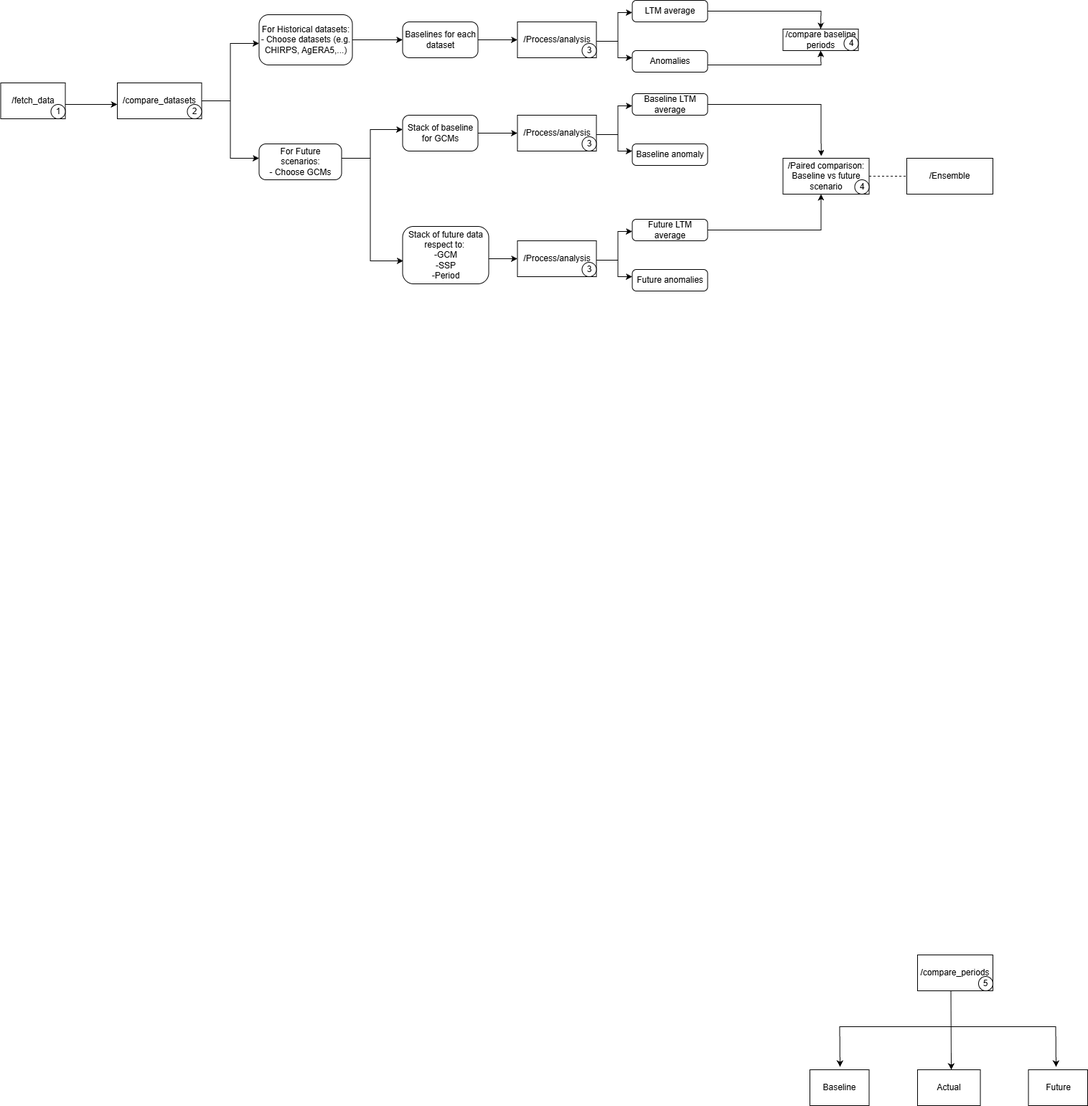
The draw.io diagram wiki_images/Summary_diagram21_12_2025.drawio.png in Rwema25/AE-project, before a commit. Source tidied: cells renumbered, new cells last; positions are measured from the earlier drawing's top-left corner, leaving out a move shared by most shapes. The source it was exported from:
```xml
<mxGraphModel>
  <root>
    <mxCell id="0" />
    <mxCell id="1" parent="0" />
    <mxCell id="2" style="edgeStyle=orthogonalEdgeStyle;rounded=0;jettySize=auto;html=1;" parent="1" edge="1" source="10" target="7">
      <mxGeometry relative="1" as="geometry">
        <Array as="points">
          <mxPoint x="113" y="145" />
          <mxPoint x="113" y="145" />
        </Array>
      </mxGeometry>
    </mxCell>
    <mxCell id="3" value="&lt;font&gt;/compare_periods&lt;/font&gt;" style="rounded=0;whiteSpace=wrap;html=1;" parent="1" vertex="1">
      <mxGeometry x="1278" y="1330" width="105" height="50" as="geometry" />
    </mxCell>
    <mxCell id="4" value="&lt;font&gt;Baseline&lt;/font&gt;" style="rounded=0;whiteSpace=wrap;html=1;" parent="1" vertex="1">
      <mxGeometry x="1128" y="1490" width="82.5" height="50" as="geometry" />
    </mxCell>
    <mxCell id="5" value="&lt;font&gt;Actual&lt;/font&gt;" style="rounded=0;whiteSpace=wrap;html=1;" parent="1" vertex="1">
      <mxGeometry x="1278" y="1490" width="87.5" height="50" as="geometry" />
    </mxCell>
    <mxCell id="6" value="&lt;font&gt;Future&lt;/font&gt;" style="rounded=0;whiteSpace=wrap;html=1;" parent="1" vertex="1">
      <mxGeometry x="1432.5" y="1490" width="82.5" height="50" as="geometry" />
    </mxCell>
    <mxCell id="7" value="&lt;font&gt;/compare_datasets&lt;/font&gt;" style="rounded=0;whiteSpace=wrap;html=1;" parent="1" vertex="1">
      <mxGeometry x="163" y="115" width="117.5" height="50" as="geometry" />
    </mxCell>
    <mxCell id="8" style="endArrow=classic;startArrow=classic;html=1;rounded=0;" parent="1" edge="1">
      <mxGeometry relative="1" as="geometry">
        <mxPoint x="1170" y="1486" as="sourcePoint" />
        <mxPoint x="1471" y="1486" as="targetPoint" />
        <Array as="points">
          <mxPoint x="1169.5" y="1430" />
          <mxPoint x="1470.5" y="1430" />
        </Array>
      </mxGeometry>
    </mxCell>
    <mxCell id="9" style="endArrow=classic;html=1;rounded=0;exitX=0.607;exitY=1;exitDx=0;exitDy=0;exitPerimeter=0;" parent="1" edge="1">
      <mxGeometry relative="1" as="geometry">
        <mxPoint x="1324.5" y="1380" as="sourcePoint" />
        <mxPoint x="1325" y="1490" as="targetPoint" />
      </mxGeometry>
    </mxCell>
    <mxCell id="10" value="&lt;font&gt;/fetch_data&lt;/font&gt;" style="rounded=0;whiteSpace=wrap;html=1;" parent="1" vertex="1">
      <mxGeometry x="0.5" y="115" width="90" height="50" as="geometry" />
    </mxCell>
    <mxCell id="11" value="5" style="ellipse;whiteSpace=wrap;html=1;" parent="1" vertex="1">
      <mxGeometry x="1363" y="1360" width="20" height="20" as="geometry" />
    </mxCell>
    <mxCell id="12" value="1" style="ellipse;whiteSpace=wrap;html=1;" parent="1" vertex="1">
      <mxGeometry x="70.5" y="145" width="20" height="20" as="geometry" />
    </mxCell>
    <mxCell id="13" value="2" style="ellipse;whiteSpace=wrap;html=1;" parent="1" vertex="1">
      <mxGeometry x="260.5" y="145" width="20" height="20" as="geometry" />
    </mxCell>
    <mxCell id="14" style="endArrow=none;html=1;rounded=0;exitX=1;exitY=0.5;exitDx=0;exitDy=0;" parent="1" edge="1" source="7">
      <mxGeometry relative="1" as="geometry">
        <mxPoint x="320.5" y="140" as="targetPoint" />
      </mxGeometry>
    </mxCell>
    <mxCell id="15" style="endArrow=classic;startArrow=classic;html=1;rounded=0;" parent="1" edge="1">
      <mxGeometry relative="1" as="geometry">
        <mxPoint x="360.5" y="220" as="sourcePoint" />
        <mxPoint x="360.5" y="60" as="targetPoint" />
        <Array as="points">
          <mxPoint x="320.5" y="220" />
          <mxPoint x="320.5" y="140" />
          <mxPoint x="320.5" y="60" />
        </Array>
      </mxGeometry>
    </mxCell>
    <mxCell id="16" value="&lt;font&gt;For Historical datasets:&lt;/font&gt;&lt;div&gt;&lt;font&gt;- Choose datasets (e.g. CHIRPS, AgERA5,...)&lt;/font&gt;&lt;/div&gt;" style="rounded=1;whiteSpace=wrap;html=1;arcSize=19;" parent="1" vertex="1">
      <mxGeometry x="360.5" y="20" width="130" height="70" as="geometry" />
    </mxCell>
    <mxCell id="17" value="&lt;font&gt;For Future scenarios:&lt;/font&gt;&lt;div&gt;&lt;font&gt;- Choose GCMs&lt;/font&gt;&lt;/div&gt;" style="rounded=1;whiteSpace=wrap;html=1;arcSize=19;" parent="1" vertex="1">
      <mxGeometry x="360.5" y="200" width="115" height="50" as="geometry" />
    </mxCell>
    <mxCell id="18" style="endArrow=none;html=1;rounded=0;exitX=1;exitY=0.5;exitDx=0;exitDy=0;" parent="1" edge="1">
      <mxGeometry relative="1" as="geometry">
        <mxPoint x="475.5" y="220" as="sourcePoint" />
        <mxPoint x="515.5" y="220" as="targetPoint" />
      </mxGeometry>
    </mxCell>
    <mxCell id="19" style="endArrow=classic;startArrow=classic;html=1;rounded=0;exitX=0.008;exitY=0.6;exitDx=0;exitDy=0;exitPerimeter=0;" parent="1" edge="1" source="21">
      <mxGeometry relative="1" as="geometry">
        <mxPoint x="560.5" y="180" as="targetPoint" />
        <Array as="points">
          <mxPoint x="515.5" y="363" />
          <mxPoint x="515.5" y="220" />
          <mxPoint x="515.5" y="180" />
        </Array>
      </mxGeometry>
    </mxCell>
    <mxCell id="20" value="&lt;font&gt;Stack of baseline for GCMs&lt;/font&gt;" style="rounded=1;whiteSpace=wrap;html=1;arcSize=19;" parent="1" vertex="1">
      <mxGeometry x="560.5" y="160" width="105" height="50" as="geometry" />
    </mxCell>
    <mxCell id="21" value="&lt;font&gt;Stack of future data respect to:&amp;nbsp;&lt;/font&gt;&lt;div&gt;&lt;font&gt;-GCM&lt;/font&gt;&lt;/div&gt;&lt;div&gt;&lt;font&gt;-SSP&lt;/font&gt;&lt;/div&gt;&lt;div&gt;&lt;font&gt;-Period&lt;/font&gt;&lt;/div&gt;" style="rounded=1;whiteSpace=wrap;html=1;arcSize=19;" parent="1" vertex="1">
      <mxGeometry x="560.5" y="315" width="120" height="80" as="geometry" />
    </mxCell>
    <mxCell id="22" value="&lt;font&gt;Baselines for each dataset&lt;/font&gt;" style="rounded=1;whiteSpace=wrap;html=1;arcSize=19;" parent="1" vertex="1">
      <mxGeometry x="560.5" y="30" width="105" height="50" as="geometry" />
    </mxCell>
    <mxCell id="23" style="endArrow=classic;html=1;rounded=0;entryX=0;entryY=0.5;entryDx=0;entryDy=0;exitX=1;exitY=0.5;exitDx=0;exitDy=0;" parent="1" edge="1" source="16" target="22">
      <mxGeometry relative="1" as="geometry" />
    </mxCell>
    <mxCell id="24" value="&lt;font&gt;/Process/analysis&lt;/font&gt;" style="rounded=1;whiteSpace=wrap;html=1;arcSize=0;" parent="1" vertex="1">
      <mxGeometry x="720.5" y="30" width="110" height="50" as="geometry" />
    </mxCell>
    <mxCell id="25" value="/Process/analysis" style="rounded=1;whiteSpace=wrap;html=1;arcSize=0;" parent="1" vertex="1">
      <mxGeometry x="720.5" y="160" width="110" height="50" as="geometry" />
    </mxCell>
    <mxCell id="26" value="/Process/analysis" style="rounded=1;whiteSpace=wrap;html=1;arcSize=0;" parent="1" vertex="1">
      <mxGeometry x="720.5" y="335" width="110" height="50" as="geometry" />
    </mxCell>
    <mxCell id="27" style="endArrow=classic;html=1;rounded=0;exitX=1;exitY=0.5;exitDx=0;exitDy=0;entryX=0;entryY=0.5;entryDx=0;entryDy=0;" parent="1" edge="1" source="22" target="24">
      <mxGeometry relative="1" as="geometry" />
    </mxCell>
    <mxCell id="28" style="endArrow=classic;html=1;rounded=0;exitX=1;exitY=0.5;exitDx=0;exitDy=0;entryX=0;entryY=0.5;entryDx=0;entryDy=0;" parent="1" edge="1" source="20" target="25">
      <mxGeometry relative="1" as="geometry" />
    </mxCell>
    <mxCell id="29" style="endArrow=classic;html=1;rounded=0;entryX=0;entryY=0.5;entryDx=0;entryDy=0;" parent="1" edge="1" target="26">
      <mxGeometry relative="1" as="geometry">
        <mxPoint x="680.5" y="360" as="sourcePoint" />
      </mxGeometry>
    </mxCell>
    <mxCell id="30" value="&lt;font&gt;LTM average&lt;/font&gt;" style="rounded=1;whiteSpace=wrap;html=1;arcSize=19;" parent="1" vertex="1">
      <mxGeometry x="880.5" width="105" height="30" as="geometry" />
    </mxCell>
    <mxCell id="31" value="&lt;font&gt;Anomalies&lt;/font&gt;" style="rounded=1;whiteSpace=wrap;html=1;arcSize=19;" parent="1" vertex="1">
      <mxGeometry x="880.5" y="70" width="105" height="30" as="geometry" />
    </mxCell>
    <mxCell id="32" style="endArrow=none;html=1;rounded=0;exitX=1;exitY=0.5;exitDx=0;exitDy=0;" parent="1" edge="1">
      <mxGeometry relative="1" as="geometry">
        <mxPoint x="830.5" y="57" as="sourcePoint" />
        <mxPoint x="860.5" y="57" as="targetPoint" />
      </mxGeometry>
    </mxCell>
    <mxCell id="33" style="endArrow=classic;startArrow=classic;html=1;rounded=0;exitX=0;exitY=0.333;exitDx=0;exitDy=0;exitPerimeter=0;" parent="1" edge="1" source="31">
      <mxGeometry relative="1" as="geometry">
        <mxPoint x="880.5" y="17" as="targetPoint" />
        <Array as="points">
          <mxPoint x="860.5" y="80" />
          <mxPoint x="860.5" y="57" />
          <mxPoint x="860.5" y="17" />
        </Array>
      </mxGeometry>
    </mxCell>
    <mxCell id="34" value="&lt;font&gt;Baseline LTM average&lt;/font&gt;" style="rounded=1;whiteSpace=wrap;html=1;arcSize=19;" parent="1" vertex="1">
      <mxGeometry x="880.5" y="130" width="105" height="30" as="geometry" />
    </mxCell>
    <mxCell id="35" value="&lt;font&gt;Baseline anomaly&lt;/font&gt;" style="rounded=1;whiteSpace=wrap;html=1;arcSize=19;" parent="1" vertex="1">
      <mxGeometry x="880.5" y="200" width="105" height="30" as="geometry" />
    </mxCell>
    <mxCell id="36" style="endArrow=none;html=1;rounded=0;exitX=1;exitY=0.5;exitDx=0;exitDy=0;" parent="1" edge="1">
      <mxGeometry relative="1" as="geometry">
        <mxPoint x="830.5" y="187" as="sourcePoint" />
        <mxPoint x="860.5" y="187" as="targetPoint" />
      </mxGeometry>
    </mxCell>
    <mxCell id="37" style="endArrow=classic;startArrow=classic;html=1;rounded=0;exitX=0;exitY=0.333;exitDx=0;exitDy=0;exitPerimeter=0;" parent="1" edge="1" source="35">
      <mxGeometry relative="1" as="geometry">
        <mxPoint x="880.5" y="147" as="targetPoint" />
        <Array as="points">
          <mxPoint x="860.5" y="210" />
          <mxPoint x="860.5" y="187" />
          <mxPoint x="860.5" y="147" />
        </Array>
      </mxGeometry>
    </mxCell>
    <mxCell id="38" value="&lt;font&gt;Future LTM average&lt;/font&gt;" style="rounded=1;whiteSpace=wrap;html=1;arcSize=19;" parent="1" vertex="1">
      <mxGeometry x="880.5" y="305" width="105" height="30" as="geometry" />
    </mxCell>
    <mxCell id="39" value="&lt;font&gt;Future anomalies&lt;/font&gt;" style="rounded=1;whiteSpace=wrap;html=1;arcSize=19;" parent="1" vertex="1">
      <mxGeometry x="880.5" y="375" width="105" height="30" as="geometry" />
    </mxCell>
    <mxCell id="40" style="endArrow=none;html=1;rounded=0;exitX=1;exitY=0.5;exitDx=0;exitDy=0;" parent="1" edge="1">
      <mxGeometry relative="1" as="geometry">
        <mxPoint x="830.5" y="362" as="sourcePoint" />
        <mxPoint x="860.5" y="362" as="targetPoint" />
      </mxGeometry>
    </mxCell>
    <mxCell id="41" style="endArrow=classic;startArrow=classic;html=1;rounded=0;exitX=0;exitY=0.333;exitDx=0;exitDy=0;exitPerimeter=0;" parent="1" edge="1" source="39">
      <mxGeometry relative="1" as="geometry">
        <mxPoint x="880.5" y="322" as="targetPoint" />
        <Array as="points">
          <mxPoint x="860.5" y="385" />
          <mxPoint x="860.5" y="362" />
          <mxPoint x="860.5" y="322" />
        </Array>
      </mxGeometry>
    </mxCell>
    <mxCell id="42" value="&lt;font&gt;/compare baseline periods&lt;/font&gt;" style="rounded=0;whiteSpace=wrap;html=1;" parent="1" vertex="1">
      <mxGeometry x="1090.5" y="40" width="105" height="30" as="geometry" />
    </mxCell>
    <mxCell id="43" value="&lt;font&gt;/Paired comparison: Baseline vs future scenario&lt;/font&gt;" style="rounded=0;whiteSpace=wrap;html=1;" parent="1" vertex="1">
      <mxGeometry x="1090.5" y="220" width="120" height="50" as="geometry" />
    </mxCell>
    <mxCell id="44" style="endArrow=classic;html=1;rounded=0;exitX=1;exitY=0.5;exitDx=0;exitDy=0;entryX=0.5;entryY=0;entryDx=0;entryDy=0;" parent="1" edge="1" source="30" target="42">
      <mxGeometry relative="1" as="geometry">
        <Array as="points">
          <mxPoint x="1143.5" y="15" />
        </Array>
      </mxGeometry>
    </mxCell>
    <mxCell id="45" style="endArrow=classic;html=1;rounded=0;exitX=1;exitY=0.5;exitDx=0;exitDy=0;entryX=0.5;entryY=1;entryDx=0;entryDy=0;" parent="1" edge="1" target="42">
      <mxGeometry relative="1" as="geometry">
        <mxPoint x="985.5" y="90" as="sourcePoint" />
        <Array as="points">
          <mxPoint x="1143.5" y="90" />
        </Array>
      </mxGeometry>
    </mxCell>
    <mxCell id="46" style="endArrow=classic;html=1;rounded=0;exitX=1;exitY=0.5;exitDx=0;exitDy=0;entryX=0.442;entryY=1;entryDx=0;entryDy=0;entryPerimeter=0;" parent="1" edge="1" target="43">
      <mxGeometry relative="1" as="geometry">
        <mxPoint x="985.5" y="320" as="sourcePoint" />
        <Array as="points">
          <mxPoint x="1143.5" y="320" />
        </Array>
      </mxGeometry>
    </mxCell>
    <mxCell id="47" style="endArrow=classic;html=1;rounded=0;exitX=1;exitY=0.5;exitDx=0;exitDy=0;entryX=0.443;entryY=-0.058;entryDx=0;entryDy=0;entryPerimeter=0;" parent="1" edge="1" target="43">
      <mxGeometry relative="1" as="geometry">
        <mxPoint x="985.5" y="145" as="sourcePoint" />
        <Array as="points">
          <mxPoint x="1143.5" y="145" />
        </Array>
      </mxGeometry>
    </mxCell>
    <mxCell id="48" value="&lt;font&gt;/Ensemble&lt;/font&gt;" style="rounded=0;whiteSpace=wrap;html=1;" parent="1" vertex="1">
      <mxGeometry x="1263" y="220" width="120" height="50" as="geometry" />
    </mxCell>
    <mxCell id="49" style="endArrow=none;dashed=1;html=1;rounded=0;exitX=1;exitY=0.5;exitDx=0;exitDy=0;entryX=0;entryY=0.5;entryDx=0;entryDy=0;" parent="1" edge="1" source="43" target="48">
      <mxGeometry relative="1" as="geometry" />
    </mxCell>
    <mxCell id="50" value="3" style="ellipse;whiteSpace=wrap;html=1;" parent="1" vertex="1">
      <mxGeometry x="810.5" y="60" width="20" height="20" as="geometry" />
    </mxCell>
    <mxCell id="51" value="3" style="ellipse;whiteSpace=wrap;html=1;" parent="1" vertex="1">
      <mxGeometry x="810.5" y="190" width="20" height="20" as="geometry" />
    </mxCell>
    <mxCell id="52" value="3" style="ellipse;whiteSpace=wrap;html=1;" parent="1" vertex="1">
      <mxGeometry x="810.5" y="365" width="20" height="20" as="geometry" />
    </mxCell>
    <mxCell id="53" value="4" style="ellipse;whiteSpace=wrap;html=1;" parent="1" vertex="1">
      <mxGeometry x="1175.5" y="50" width="20" height="20" as="geometry" />
    </mxCell>
    <mxCell id="54" value="4" style="ellipse;whiteSpace=wrap;html=1;" parent="1" vertex="1">
      <mxGeometry x="1190.5" y="250" width="20" height="20" as="geometry" />
    </mxCell>
  </root>
</mxGraphModel>
```
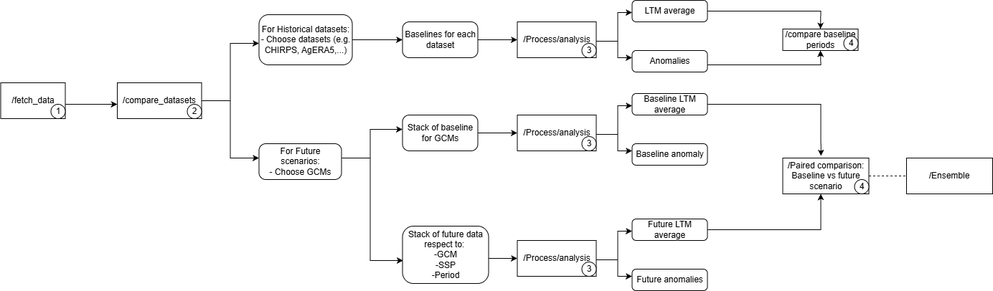
The same diagram one commit later.

What changed in the source:
```diff
@@ -10,43 +10,12 @@
         </Array>
       </mxGeometry>
     </mxCell>
-    <mxCell id="3" value="&lt;font&gt;/compare_periods&lt;/font&gt;" style="rounded=0;whiteSpace=wrap;html=1;" parent="1" vertex="1">
-      <mxGeometry x="1278" y="1330" width="105" height="50" as="geometry" />
-    </mxCell>
-    <mxCell id="4" value="&lt;font&gt;Baseline&lt;/font&gt;" style="rounded=0;whiteSpace=wrap;html=1;" parent="1" vertex="1">
-      <mxGeometry x="1128" y="1490" width="82.5" height="50" as="geometry" />
-    </mxCell>
-    <mxCell id="5" value="&lt;font&gt;Actual&lt;/font&gt;" style="rounded=0;whiteSpace=wrap;html=1;" parent="1" vertex="1">
-      <mxGeometry x="1278" y="1490" width="87.5" height="50" as="geometry" />
-    </mxCell>
-    <mxCell id="6" value="&lt;font&gt;Future&lt;/font&gt;" style="rounded=0;whiteSpace=wrap;html=1;" parent="1" vertex="1">
-      <mxGeometry x="1432.5" y="1490" width="82.5" height="50" as="geometry" />
-    </mxCell>
     <mxCell id="7" value="&lt;font&gt;/compare_datasets&lt;/font&gt;" style="rounded=0;whiteSpace=wrap;html=1;" parent="1" vertex="1">
       <mxGeometry x="163" y="115" width="117.5" height="50" as="geometry" />
     </mxCell>
-    <mxCell id="8" style="endArrow=classic;startArrow=classic;html=1;rounded=0;" parent="1" edge="1">
-      <mxGeometry relative="1" as="geometry">
-        <mxPoint x="1170" y="1486" as="sourcePoint" />
-        <mxPoint x="1471" y="1486" as="targetPoint" />
-        <Array as="points">
-          <mxPoint x="1169.5" y="1430" />
-          <mxPoint x="1470.5" y="1430" />
-        </Array>
-      </mxGeometry>
-    </mxCell>
-    <mxCell id="9" style="endArrow=classic;html=1;rounded=0;exitX=0.607;exitY=1;exitDx=0;exitDy=0;exitPerimeter=0;" parent="1" edge="1">
-      <mxGeometry relative="1" as="geometry">
-        <mxPoint x="1324.5" y="1380" as="sourcePoint" />
-        <mxPoint x="1325" y="1490" as="targetPoint" />
-      </mxGeometry>
-    </mxCell>
     <mxCell id="10" value="&lt;font&gt;/fetch_data&lt;/font&gt;" style="rounded=0;whiteSpace=wrap;html=1;" parent="1" vertex="1">
       <mxGeometry x="0.5" y="115" width="90" height="50" as="geometry" />
     </mxCell>
-    <mxCell id="11" value="5" style="ellipse;whiteSpace=wrap;html=1;" parent="1" vertex="1">
-      <mxGeometry x="1363" y="1360" width="20" height="20" as="geometry" />
-    </mxCell>
     <mxCell id="12" value="1" style="ellipse;whiteSpace=wrap;html=1;" parent="1" vertex="1">
       <mxGeometry x="70.5" y="145" width="20" height="20" as="geometry" />
     </mxCell>
```
